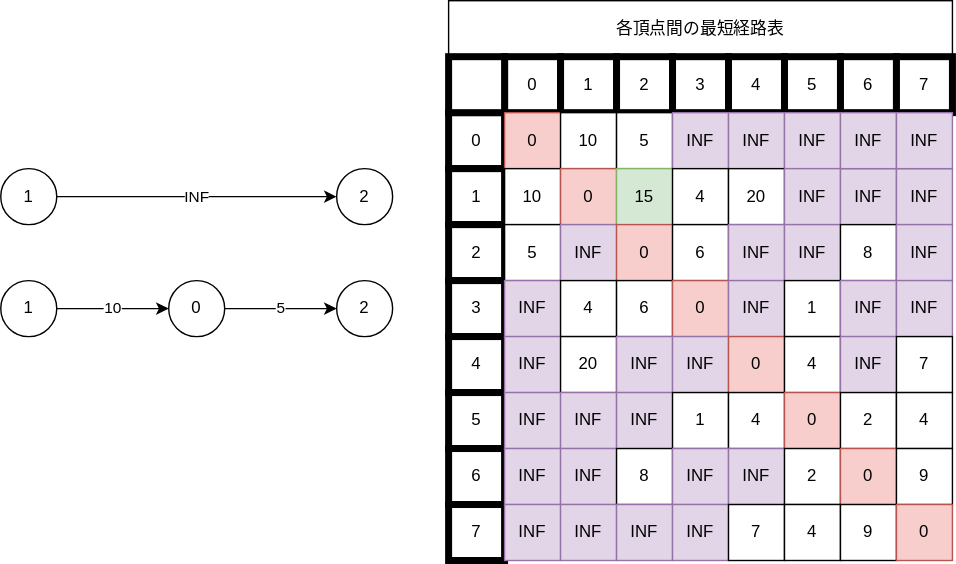
Above: static/img/svg/Algorithm/warshall-floyd/warshall-floyd-3.drawio.svg in koseki2580/study-docs (draw.io), before the change. Source tidied: cells renumbered, new cells last; positions are measured from the earlier drawing's top-left corner, leaving out a move shared by most shapes.
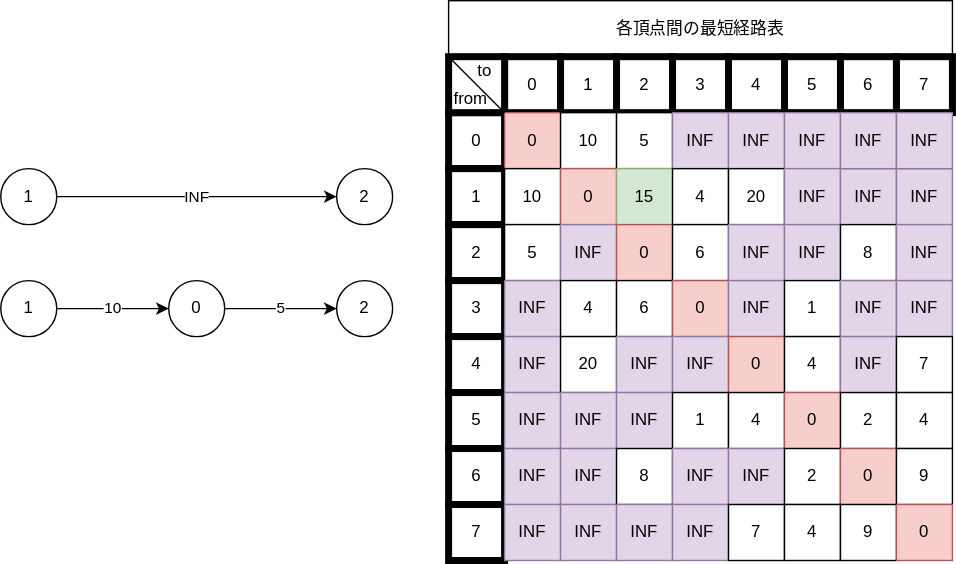
Later version of the same file.

Diff of the diagram source:
```diff
@@ -272,5 +272,17 @@
     <mxCell id="91" value="5" style="endArrow=classic;html=1;exitX=1;exitY=0.5;exitDx=0;exitDy=0;entryX=0;entryY=0.5;entryDx=0;entryDy=0;" parent="1" edge="1" source="86" target="88">
       <mxGeometry relative="1" as="geometry" />
     </mxCell>
+    <mxCell id="92" style="endArrow=none;html=1;entryX=0;entryY=0;entryDx=0;entryDy=0;exitX=1;exitY=1;exitDx=0;exitDy=0;" parent="1" edge="1">
+      <mxGeometry relative="1" as="geometry">
+        <mxPoint x="360" y="80" as="sourcePoint" />
+        <mxPoint x="320" y="40" as="targetPoint" />
+      </mxGeometry>
+    </mxCell>
+    <mxCell id="93" value="from" style="text;html=1;strokeColor=none;fillColor=none;align=center;verticalAlign=middle;whiteSpace=wrap;rounded=0;" parent="1" vertex="1">
+      <mxGeometry x="316" y="60" width="40" height="20" as="geometry" />
+    </mxCell>
+    <mxCell id="94" value="to" style="text;html=1;strokeColor=none;fillColor=none;align=center;verticalAlign=middle;whiteSpace=wrap;rounded=0;" parent="1" vertex="1">
+      <mxGeometry x="326" y="40" width="40" height="20" as="geometry" />
+    </mxCell>
   </root>
 </mxGraphModel>
```
